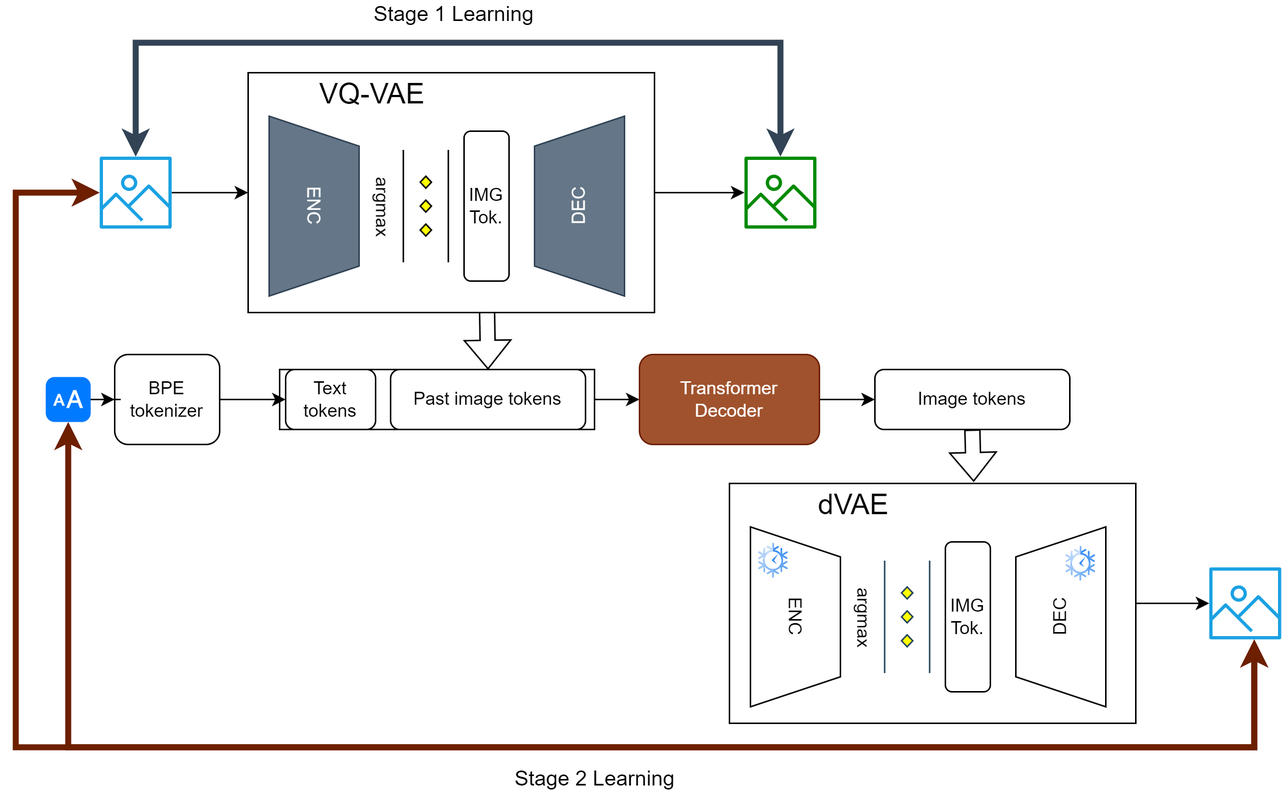
This is figures/dalle_arch.png from elte-nlp/elte-nlp-course, a draw.io export, as it was before one commit. Source tidied: cells renumbered, new cells last; positions are measured from the earlier drawing's top-left corner, leaving out a move shared by most shapes.
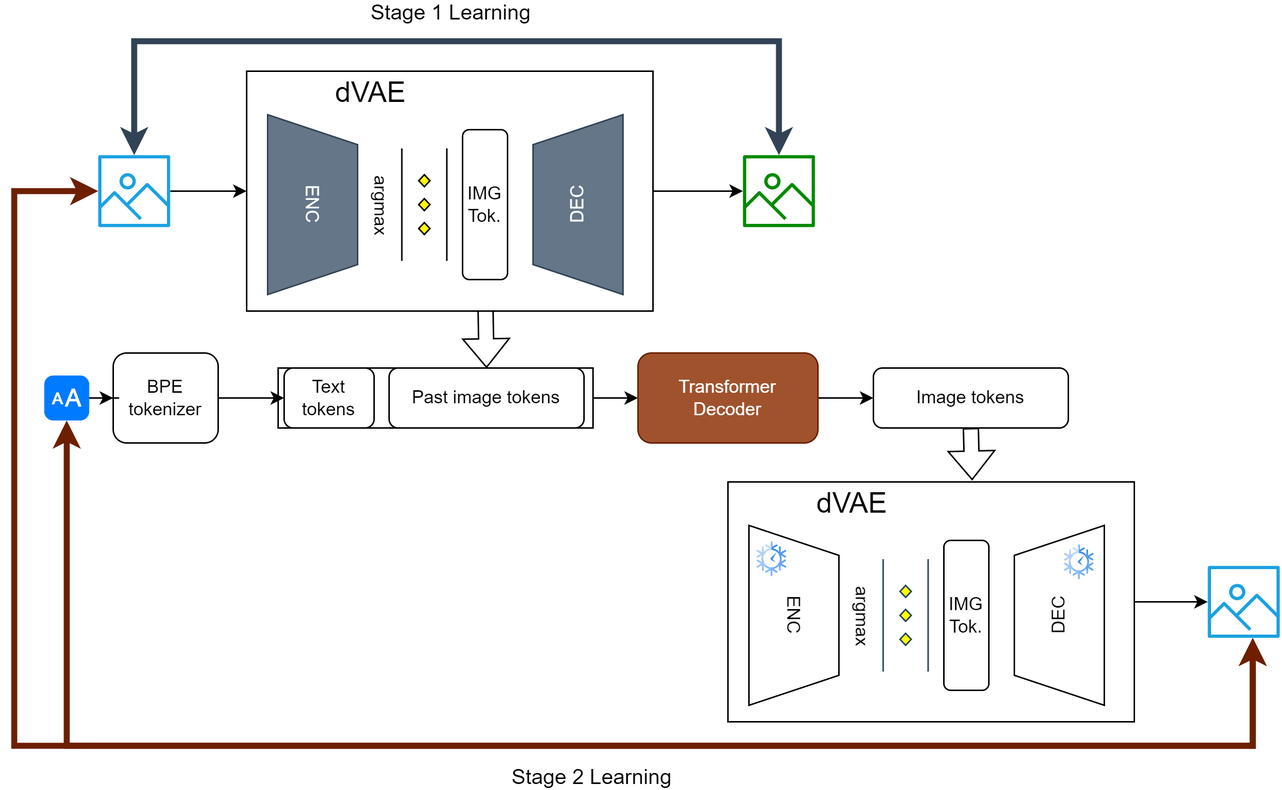
Later version of the same file.

Diff of the diagram source:
```diff
@@ -53,7 +53,7 @@
     <mxCell id="18" value="argmax" style="verticalLabelPosition=bottom;verticalAlign=top;html=1;shape=mxgraph.flowchart.parallel_mode;rotation=90;" parent="13" vertex="1">
       <mxGeometry x="81" y="74" width="75" height="30" as="geometry" />
     </mxCell>
-    <mxCell id="19" value="&lt;font style=&quot;font-size: 19px;&quot;&gt;VQ-VAE&lt;/font&gt;" style="text;html=1;strokeColor=none;fillColor=none;align=center;verticalAlign=middle;whiteSpace=wrap;rounded=0;" parent="13" vertex="1">
+    <mxCell id="19" value="&lt;font style=&quot;font-size: 19px;&quot;&gt;dVAE&lt;/font&gt;" style="text;html=1;strokeColor=none;fillColor=none;align=center;verticalAlign=middle;whiteSpace=wrap;rounded=0;" parent="13" vertex="1">
       <mxGeometry x="35" width="96" height="30" as="geometry" />
     </mxCell>
     <mxCell id="20" style="group;" parent="1" vertex="1">
```
